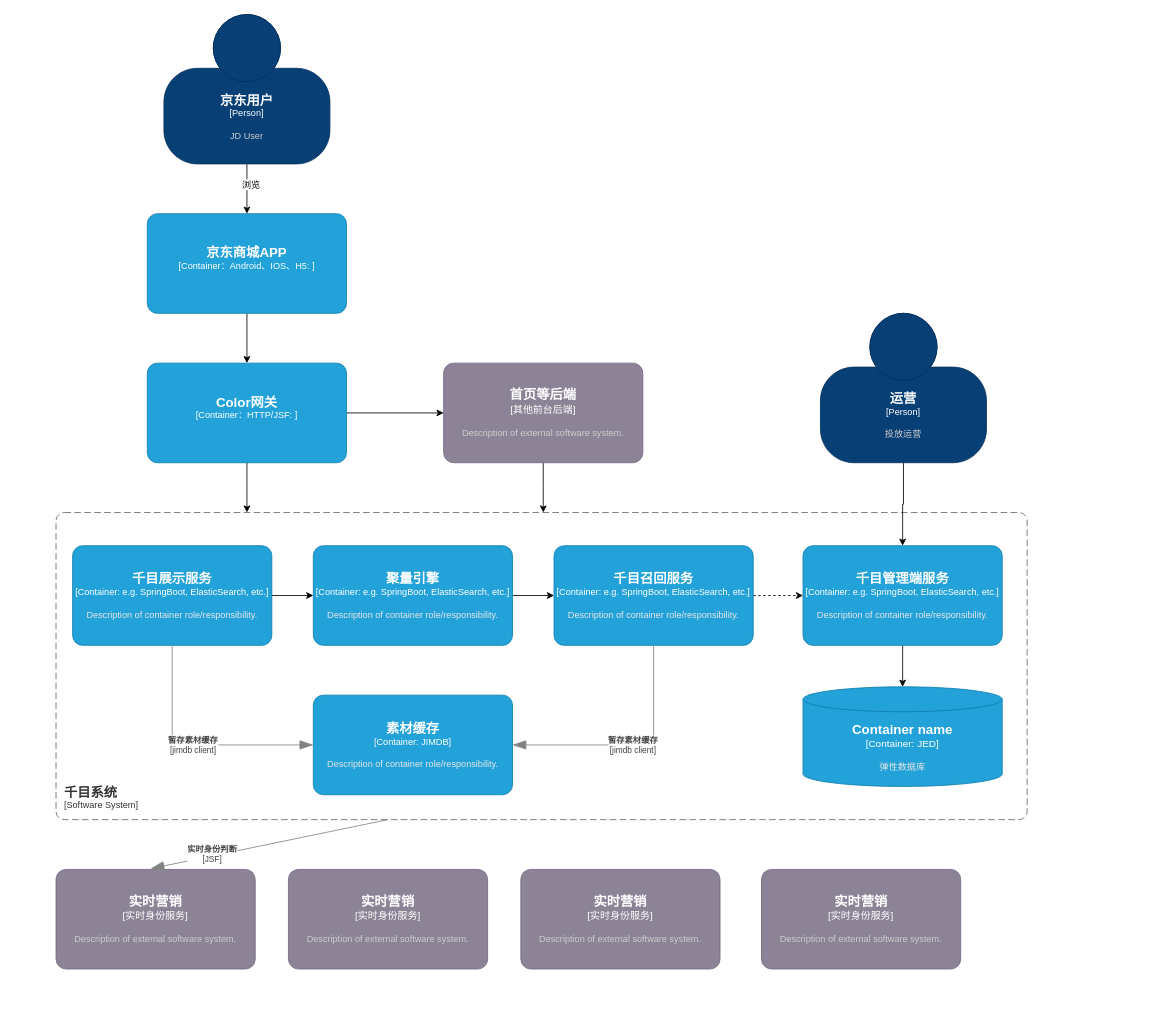
BlankKelly/diagrams keeps this draw.io diagram as 千目系统架构图.drawio. Above is the earlier version. Source tidied: cells renumbered, new cells numbered last; positions are measured from the earlier drawing's top-left corner, leaving out a move shared by most shapes. Both pictures are drawn from the tidied source at 83%, with x=0, y=0 at pixel (56, 14).
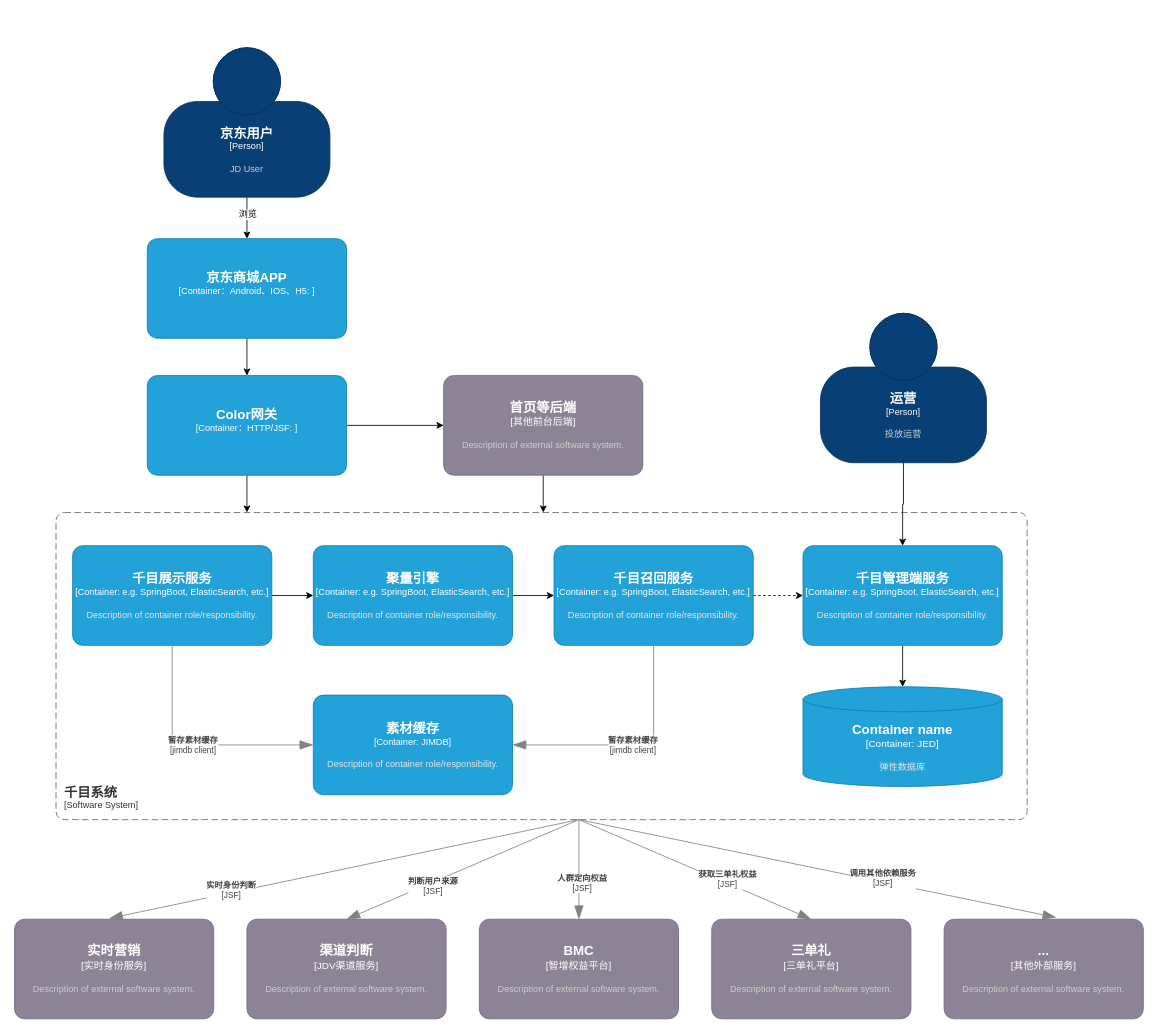
After the change.

Commit message (it also covers changes not shown here):
更新千目系统架构图.drawio

The change refers to these unchanged cells:
```xml
<mxCell id="2" style="edgeStyle=orthogonalEdgeStyle;rounded=0;jettySize=auto;html=1;" parent="1" edge="1" source="4" target="6">
  <mxGeometry relative="1" as="geometry" />
</mxCell>
```

The edit, as a diff of the source:
```diff
@@
     <mxCell id="3" value="浏览" style="edgeLabel;html=1;align=center;verticalAlign=middle;" parent="2" vertex="1">
-      <mxGeometry x="-0.2" y="4" relative="1" as="geometry" />
+      <mxGeometry x="-0.2" y="4" relative="1" as="geometry">
+        <mxPoint x="-4" as="offset" />
+      </mxGeometry>
     </mxCell>
     <object id="4" label="&lt;font style=&quot;font-size: 16px&quot;&gt;&lt;b&gt;%c4Name%&lt;/b&gt;&lt;/font&gt;&lt;div&gt;[%c4Type%]&lt;/div&gt;&lt;br&gt;&lt;div&gt;&lt;font style=&quot;font-size: 11px&quot;&gt;&lt;font color=&quot;#cccccc&quot;&gt;%c4Description%&lt;/font&gt;&lt;/div&gt;" c4Description="JD User" c4Name="京东用户" c4Type="Person" placeholders="1">
       <mxCell style="html=1;fontSize=11;dashed=0;whiteSpace=wrap;fillColor=#083F75;strokeColor=#06315C;fontColor=#ffffff;shape=mxgraph.c4.person2;align=center;points=[[0.5,0,0],[1,0.5,0],[1,0.75,0],[0.75,1,0],[0.5,1,0],[0.25,1,0],[0,0.75,0],[0,0.5,0]];" parent="1" vertex="1">
-        <mxGeometry x="130" width="200" height="180" as="geometry" />
+        <mxGeometry x="130" y="40" width="200" height="180" as="geometry" />
       </mxCell>
     </object>
@@
     <object id="6" label="&lt;font style=&quot;font-size: 16px&quot;&gt;&lt;b&gt;%c4Name%&lt;/b&gt;&lt;/font&gt;&lt;div&gt;[%c4Type%: %c4Technology%]&lt;/div&gt;&lt;br&gt;&lt;div&gt;&lt;font style=&quot;font-size: 11px&quot;&gt;&lt;font color=&quot;#E6E6E6&quot;&gt;%c4Description%&lt;/font&gt;&lt;/div&gt;" c4Description="" c4Name="京东商城APP" c4Technology="" c4Type="Container：Android、IOS、H5" placeholders="1">
       <mxCell style="rounded=1;whiteSpace=wrap;html=1;fontSize=11;labelBackgroundColor=none;fillColor=#23A2D9;fontColor=#ffffff;align=center;arcSize=10;strokeColor=#0E7DAD;points=[[0.25,0,0],[0.5,0,0],[0.75,0,0],[1,0.25,0],[1,0.5,0],[1,0.75,0],[0.75,1,0],[0.5,1,0],[0.25,1,0],[0,0.75,0],[0,0.5,0],[0,0.25,0]];" parent="1" vertex="1">
-        <mxGeometry x="110" y="240" width="240" height="120" as="geometry" />
+        <mxGeometry x="110" y="270" width="240" height="120" as="geometry" />
       </mxCell>
     </object>
@@
     <object id="9" label="&lt;font style=&quot;font-size: 16px&quot;&gt;&lt;b&gt;%c4Name%&lt;/b&gt;&lt;/font&gt;&lt;div&gt;[%c4Type%: %c4Technology%]&lt;/div&gt;&lt;br&gt;&lt;div&gt;&lt;font style=&quot;font-size: 11px&quot;&gt;&lt;font color=&quot;#E6E6E6&quot;&gt;%c4Description%&lt;/font&gt;&lt;/div&gt;" c4Description="" c4Name="Color网关" c4Technology="" c4Type="Container：HTTP/JSF" placeholders="1">
       <mxCell style="rounded=1;whiteSpace=wrap;html=1;fontSize=11;labelBackgroundColor=none;fillColor=#23A2D9;fontColor=#ffffff;align=center;arcSize=10;strokeColor=#0E7DAD;points=[[0.25,0,0],[0.5,0,0],[0.75,0,0],[1,0.25,0],[1,0.5,0],[1,0.75,0],[0.75,1,0],[0.5,1,0],[0.25,1,0],[0,0.75,0],[0,0.5,0],[0,0.25,0]];" parent="1" vertex="1">
-        <mxGeometry x="110" y="420" width="240" height="120" as="geometry" />
+        <mxGeometry x="110" y="435" width="240" height="120" as="geometry" />
       </mxCell>
     </object>
@@
     <object id="12" label="&lt;font style=&quot;font-size: 16px&quot;&gt;&lt;b&gt;%c4Name%&lt;/b&gt;&lt;/font&gt;&lt;div&gt;[%c4Type%]&lt;/div&gt;&lt;br&gt;&lt;div&gt;&lt;font style=&quot;font-size: 11px&quot;&gt;&lt;font color=&quot;#cccccc&quot;&gt;%c4Description%&lt;/font&gt;&lt;/div&gt;" c4Description="Description of external software system." c4Name="首页等后端" c4Type="其他前台后端" placeholders="1">
       <mxCell style="rounded=1;whiteSpace=wrap;html=1;labelBackgroundColor=none;fillColor=#8C8496;fontColor=#ffffff;align=center;arcSize=10;strokeColor=#736782;points=[[0.25,0,0],[0.5,0,0],[0.75,0,0],[1,0.25,0],[1,0.5,0],[1,0.75,0],[0.75,1,0],[0.5,1,0],[0.25,1,0],[0,0.75,0],[0,0.5,0],[0,0.25,0]];" parent="1" vertex="1">
-        <mxGeometry x="467" y="420" width="240" height="120" as="geometry" />
+        <mxGeometry x="467" y="435" width="240" height="120" as="geometry" />
       </mxCell>
     </object>
@@
     <object id="25" label="&lt;font style=&quot;font-size: 16px&quot;&gt;&lt;b&gt;%c4Name%&lt;/b&gt;&lt;/font&gt;&lt;div&gt;[%c4Type%]&lt;/div&gt;&lt;br&gt;&lt;div&gt;&lt;font style=&quot;font-size: 11px&quot;&gt;&lt;font color=&quot;#cccccc&quot;&gt;%c4Description%&lt;/font&gt;&lt;/div&gt;" c4Description="Description of external software system." c4Name="实时营销" c4Type="实时身份服务" placeholders="1">
       <mxCell style="rounded=1;whiteSpace=wrap;html=1;labelBackgroundColor=none;fillColor=#8C8496;fontColor=#ffffff;align=center;arcSize=10;strokeColor=#736782;points=[[0.25,0,0],[0.5,0,0],[0.75,0,0],[1,0.25,0],[1,0.5,0],[1,0.75,0],[0.75,1,0],[0.5,1,0],[0.25,1,0],[0,0.75,0],[0,0.5,0],[0,0.25,0]];" parent="1" vertex="1">
-        <mxGeometry y="1030" width="240" height="120" as="geometry" />
+        <mxGeometry x="-50" y="1090" width="240" height="120" as="geometry" />
       </mxCell>
     </object>
     <object id="26" label="&lt;div style=&quot;text-align: left&quot;&gt;&lt;div style=&quot;text-align: center&quot;&gt;&lt;b&gt;%c4Description%&lt;/b&gt;&lt;/div&gt;&lt;div style=&quot;text-align: center&quot;&gt;[%c4Technology%]&lt;/div&gt;&lt;/div&gt;" c4Description="实时身份判断" c4Technology="JSF" placeholders="1">
       <mxCell style="endArrow=blockThin;html=1;fontSize=10;fontColor=#404040;strokeWidth=1;endFill=1;strokeColor=#828282;elbow=vertical;endSize=14;startSize=14;jumpStyle=arc;jumpSize=16;rounded=0;entryX=0.475;entryY=-0.008;entryDx=0;entryDy=0;entryPerimeter=0;" parent="1" edge="1" target="25">
         <mxGeometry x="0.48" y="-3" relative="1" as="geometry">
-          <mxPoint x="400" y="970" as="sourcePoint" />
+          <mxPoint x="630" y="970" as="sourcePoint" />
         </mxGeometry>
       </mxCell>
     </object>
-    <object id="27" label="&lt;font style=&quot;font-size: 16px&quot;&gt;&lt;b&gt;%c4Name%&lt;/b&gt;&lt;/font&gt;&lt;div&gt;[%c4Type%]&lt;/div&gt;&lt;br&gt;&lt;div&gt;&lt;font style=&quot;font-size: 11px&quot;&gt;&lt;font color=&quot;#cccccc&quot;&gt;%c4Description%&lt;/font&gt;&lt;/div&gt;" c4Description="Description of external software system." c4Name="实时营销" c4Type="实时身份服务" placeholders="1">
+    <object id="27" label="&lt;font style=&quot;font-size: 16px&quot;&gt;&lt;b&gt;%c4Name%&lt;/b&gt;&lt;/font&gt;&lt;div&gt;[%c4Type%]&lt;/div&gt;&lt;br&gt;&lt;div&gt;&lt;font style=&quot;font-size: 11px&quot;&gt;&lt;font color=&quot;#cccccc&quot;&gt;%c4Description%&lt;/font&gt;&lt;/div&gt;" c4Description="Description of external software system." c4Name="渠道判断" c4Type="JDV渠道服务" placeholders="1">
       <mxCell style="rounded=1;whiteSpace=wrap;html=1;labelBackgroundColor=none;fillColor=#8C8496;fontColor=#ffffff;align=center;arcSize=10;strokeColor=#736782;points=[[0.25,0,0],[0.5,0,0],[0.75,0,0],[1,0.25,0],[1,0.5,0],[1,0.75,0],[0.75,1,0],[0.5,1,0],[0.25,1,0],[0,0.75,0],[0,0.5,0],[0,0.25,0]];" parent="1" vertex="1">
-        <mxGeometry x="280" y="1030" width="240" height="120" as="geometry" />
+        <mxGeometry x="230" y="1090" width="240" height="120" as="geometry" />
       </mxCell>
     </object>
@@
-    <object id="30" label="&lt;font style=&quot;font-size: 16px&quot;&gt;&lt;b&gt;%c4Name%&lt;/b&gt;&lt;/font&gt;&lt;div&gt;[%c4Type%]&lt;/div&gt;&lt;br&gt;&lt;div&gt;&lt;font style=&quot;font-size: 11px&quot;&gt;&lt;font color=&quot;#cccccc&quot;&gt;%c4Description%&lt;/font&gt;&lt;/div&gt;" c4Description="Description of external software system." c4Name="实时营销" c4Type="实时身份服务" placeholders="1">
+    <object id="30" label="&lt;font style=&quot;font-size: 16px&quot;&gt;&lt;b&gt;%c4Name%&lt;/b&gt;&lt;/font&gt;&lt;div&gt;[%c4Type%]&lt;/div&gt;&lt;br&gt;&lt;div&gt;&lt;font style=&quot;font-size: 11px&quot;&gt;&lt;font color=&quot;#cccccc&quot;&gt;%c4Description%&lt;/font&gt;&lt;/div&gt;" c4Description="Description of external software system." c4Name="BMC" c4Type="智增权益平台" placeholders="1">
       <mxCell style="rounded=1;whiteSpace=wrap;html=1;labelBackgroundColor=none;fillColor=#8C8496;fontColor=#ffffff;align=center;arcSize=10;strokeColor=#736782;points=[[0.25,0,0],[0.5,0,0],[0.75,0,0],[1,0.25,0],[1,0.5,0],[1,0.75,0],[0.75,1,0],[0.5,1,0],[0.25,1,0],[0,0.75,0],[0,0.5,0],[0,0.25,0]];" parent="1" vertex="1">
-        <mxGeometry x="560" y="1030" width="240" height="120" as="geometry" />
+        <mxGeometry x="510" y="1090" width="240" height="120" as="geometry" />
       </mxCell>
     </object>
-    <object id="31" label="&lt;font style=&quot;font-size: 16px&quot;&gt;&lt;b&gt;%c4Name%&lt;/b&gt;&lt;/font&gt;&lt;div&gt;[%c4Type%]&lt;/div&gt;&lt;br&gt;&lt;div&gt;&lt;font style=&quot;font-size: 11px&quot;&gt;&lt;font color=&quot;#cccccc&quot;&gt;%c4Description%&lt;/font&gt;&lt;/div&gt;" c4Description="Description of external software system." c4Name="实时营销" c4Type="实时身份服务" placeholders="1">
-      <mxCell style="rounded=1;whiteSpace=wrap;html=1;labelBackgroundColor=none;fillColor=#8C8496;fontColor=#ffffff;align=center;arcSize=10;strokeColor=#736782;points=[[0.25,0,0],[0.5,0,0],[0.75,0,0],[1,0.25,0],[1,0.5,0],[1,0.75,0],[0.75,1,0],[0.5,1,0],[0.25,1,0],[0,0.75,0],[0,0.5,0],[0,0.25,0]];" parent="1" vertex="1">
-        <mxGeometry x="850" y="1030" width="240" height="120" as="geometry" />
+    <object id="31" label="&lt;font style=&quot;font-size: 16px&quot;&gt;&lt;b&gt;%c4Name%&lt;/b&gt;&lt;/font&gt;&lt;div&gt;[%c4Type%]&lt;/div&gt;&lt;br&gt;&lt;div&gt;&lt;font style=&quot;font-size: 11px&quot;&gt;&lt;font color=&quot;#cccccc&quot;&gt;%c4Description%&lt;/font&gt;&lt;/div&gt;" c4Description="Description of external software system." c4Name="三单礼" c4Type="三单礼平台" placeholders="1">
+      <mxCell style="rounded=1;whiteSpace=wrap;html=1;labelBackgroundColor=none;fillColor=#8C8496;fontColor=#ffffff;align=center;arcSize=10;strokeColor=#736782;points=[[0.25,0,0],[0.5,0,0],[0.75,0,0],[1,0.25,0],[1,0.5,0],[1,0.75,0],[0.75,1,0],[0.5,1,0],[0.25,1,0],[0,0.75,0],[0,0.5,0],[0,0.25,0]];fillStyle=auto;" parent="1" vertex="1">
+        <mxGeometry x="790" y="1090" width="240" height="120" as="geometry" />
       </mxCell>
     </object>
+    <object id="32" label="&lt;font style=&quot;font-size: 16px&quot;&gt;&lt;b&gt;%c4Name%&lt;/b&gt;&lt;/font&gt;&lt;div&gt;[%c4Type%]&lt;/div&gt;&lt;br&gt;&lt;div&gt;&lt;font style=&quot;font-size: 11px&quot;&gt;&lt;font color=&quot;#cccccc&quot;&gt;%c4Description%&lt;/font&gt;&lt;/div&gt;" c4Description="Description of external software system." c4Name="..." c4Type="其他外部服务" placeholders="1">
+      <mxCell style="rounded=1;whiteSpace=wrap;html=1;labelBackgroundColor=none;fillColor=#8C8496;fontColor=#ffffff;align=center;arcSize=10;strokeColor=#736782;points=[[0.25,0,0],[0.5,0,0],[0.75,0,0],[1,0.25,0],[1,0.5,0],[1,0.75,0],[0.75,1,0],[0.5,1,0],[0.25,1,0],[0,0.75,0],[0,0.5,0],[0,0.25,0]];fillStyle=auto;" parent="1" vertex="1">
+        <mxGeometry x="1070" y="1090" width="240" height="120" as="geometry" />
+      </mxCell>
+    </object>
+    <object id="33" label="&lt;div style=&quot;text-align: left&quot;&gt;&lt;div style=&quot;text-align: center&quot;&gt;&lt;b&gt;%c4Description%&lt;/b&gt;&lt;/div&gt;&lt;div style=&quot;text-align: center&quot;&gt;[%c4Technology%]&lt;/div&gt;&lt;/div&gt;" c4Description="判断用户来源" c4Technology="JSF" placeholders="1">
+      <mxCell style="endArrow=blockThin;html=1;fontSize=10;fontColor=#404040;strokeWidth=1;endFill=1;strokeColor=#828282;elbow=vertical;endSize=14;startSize=14;jumpStyle=arc;jumpSize=16;rounded=0;entryX=0.5;entryY=0;entryDx=0;entryDy=0;entryPerimeter=0;" parent="1" edge="1" target="27">
+        <mxGeometry x="0.27" y="4" relative="1" as="geometry">
+          <mxPoint x="630" y="970" as="sourcePoint" />
+        </mxGeometry>
+      </mxCell>
+    </object>
+    <object id="34" label="&lt;div style=&quot;text-align: left&quot;&gt;&lt;div style=&quot;text-align: center&quot;&gt;&lt;b&gt;%c4Description%&lt;/b&gt;&lt;/div&gt;&lt;div style=&quot;text-align: center&quot;&gt;[%c4Technology%]&lt;/div&gt;&lt;/div&gt;" c4Description="人群定向权益" c4Technology="JSF" placeholders="1">
+      <mxCell style="endArrow=blockThin;html=1;fontSize=10;fontColor=#404040;strokeWidth=1;endFill=1;strokeColor=#828282;elbow=vertical;endSize=14;startSize=14;jumpStyle=arc;jumpSize=16;rounded=0;entryX=0.5;entryY=0;entryDx=0;entryDy=0;entryPerimeter=0;" parent="1" edge="1" target="30">
+        <mxGeometry x="0.26" y="4" relative="1" as="geometry">
+          <mxPoint x="630" y="970" as="sourcePoint" />
+        </mxGeometry>
+      </mxCell>
+    </object>
+    <object id="35" label="&lt;div style=&quot;text-align: left&quot;&gt;&lt;div style=&quot;text-align: center&quot;&gt;&lt;b&gt;%c4Description%&lt;/b&gt;&lt;/div&gt;&lt;div style=&quot;text-align: center&quot;&gt;[%c4Technology%]&lt;/div&gt;&lt;/div&gt;" c4Description="获取三单礼权益" c4Technology="JSF" placeholders="1">
+      <mxCell style="endArrow=blockThin;html=1;fontSize=10;fontColor=#404040;strokeWidth=1;endFill=1;strokeColor=#828282;elbow=vertical;endSize=14;startSize=14;jumpStyle=arc;jumpSize=16;rounded=0;entryX=0.5;entryY=0;entryDx=0;entryDy=0;entryPerimeter=0;" parent="1" edge="1" target="31">
+        <mxGeometry x="0.27" y="4" relative="1" as="geometry">
+          <mxPoint x="630" y="970" as="sourcePoint" />
+        </mxGeometry>
+      </mxCell>
+    </object>
+    <object id="36" label="&lt;div style=&quot;text-align: left&quot;&gt;&lt;div style=&quot;text-align: center&quot;&gt;&lt;b&gt;%c4Description%&lt;/b&gt;&lt;/div&gt;&lt;div style=&quot;text-align: center&quot;&gt;[%c4Technology%]&lt;/div&gt;&lt;/div&gt;" c4Description="调用其他依赖服务" c4Technology="JSF" placeholders="1">
+      <mxCell style="endArrow=blockThin;html=1;fontSize=10;fontColor=#404040;strokeWidth=1;endFill=1;strokeColor=#828282;elbow=vertical;endSize=14;startSize=14;jumpStyle=arc;jumpSize=16;rounded=0;entryX=0.563;entryY=-0.017;entryDx=0;entryDy=0;entryPerimeter=0;" parent="1" edge="1" target="32">
+        <mxGeometry x="0.27" y="4" relative="1" as="geometry">
+          <mxPoint x="630" y="970" as="sourcePoint" />
+        </mxGeometry>
+      </mxCell>
+    </object>
```
